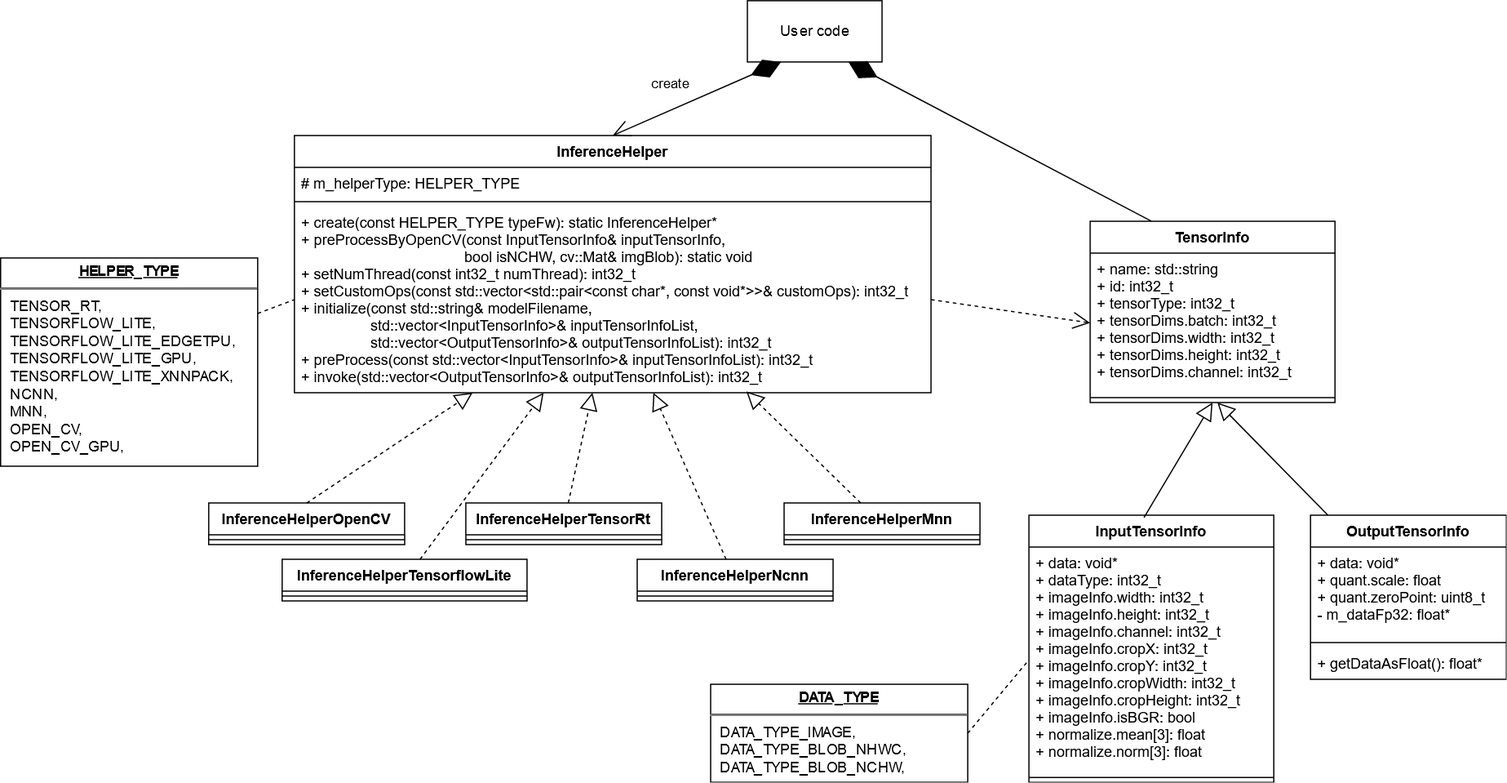
Earlier version of the draw.io export 00_doc/class_diagram.png (iwatake2222/InferenceHelper). Source tidied: cells renumbered, new cells last; positions are measured from the earlier drawing's top-left corner, leaving out a move shared by most shapes. Its diagram source:
```xml
<mxGraphModel>
  <root>
    <mxCell id="0" />
    <mxCell id="1" parent="0" />
    <mxCell id="2" value="TensorInfo" style="swimlane;fontStyle=1;align=center;verticalAlign=top;horizontal=1;startSize=26;" parent="1" vertex="1">
      <mxGeometry x="890" y="180" width="200" height="148" as="geometry" />
    </mxCell>
    <mxCell id="3" value="+ name: std::string&#10;+ id: int32_t&#10;+ tensorType: int32_t&#10;+ tensorDims.batch: int32_t&#10;+ tensorDims.width: int32_t&#10;+ tensorDims.height: int32_t&#10;+ tensorDims.channel: int32_t&#10;" style="text;strokeColor=none;fillColor=none;align=left;verticalAlign=top;spacingLeft=4;spacingRight=4;overflow=hidden;points=[[0,0.5],[1,0.5]];portConstraint=eastwest;" parent="2" vertex="1">
      <mxGeometry y="26" width="200" height="114" as="geometry" />
    </mxCell>
    <mxCell id="4" style="line;strokeWidth=1;fillColor=none;align=left;verticalAlign=middle;spacingTop=-1;spacingLeft=3;spacingRight=3;labelPosition=right;points=[];portConstraint=eastwest;" parent="2" vertex="1">
      <mxGeometry y="140" width="200" height="8" as="geometry" />
    </mxCell>
    <mxCell id="5" value="InputTensorInfo" style="swimlane;fontStyle=1;align=center;verticalAlign=top;horizontal=1;startSize=26;" parent="1" vertex="1">
      <mxGeometry x="840" y="420" width="200" height="218" as="geometry" />
    </mxCell>
    <mxCell id="6" value="+ data: void*&#10;+ dataType: int32_t&#10;+ imageInfo.width: int32_t&#10;+ imageInfo.height: int32_t&#10;+ imageInfo.channel: int32_t&#10;+ imageInfo.cropX: int32_t&#10;+ imageInfo.cropY: int32_t&#10;+ imageInfo.cropWidth: int32_t&#10;+ imageInfo.cropHeight: int32_t&#10;+ imageInfo.isBGR: bool&#10;+ normalize.mean[3]: float&#10;+ normalize.norm[3]: float" style="text;strokeColor=none;fillColor=none;align=left;verticalAlign=top;spacingLeft=4;spacingRight=4;overflow=hidden;points=[[0,0.5],[1,0.5]];portConstraint=eastwest;" parent="5" vertex="1">
      <mxGeometry y="26" width="200" height="184" as="geometry" />
    </mxCell>
    <mxCell id="7" style="line;strokeWidth=1;fillColor=none;align=left;verticalAlign=middle;spacingTop=-1;spacingLeft=3;spacingRight=3;labelPosition=right;" parent="5" vertex="1">
      <mxGeometry y="210" width="200" height="8" as="geometry" />
    </mxCell>
    <mxCell id="8" value="OutputTensorInfo" style="swimlane;fontStyle=1;align=center;verticalAlign=top;horizontal=1;startSize=26;" parent="1" vertex="1">
      <mxGeometry x="1070" y="420" width="160" height="134" as="geometry" />
    </mxCell>
    <mxCell id="9" value="+ data: void*&#10;+ quant.scale: float&#10;+ quant.zeroPoint: uint8_t&#10;- m_dataFp32: float*" style="text;strokeColor=none;fillColor=none;align=left;verticalAlign=top;spacingLeft=4;spacingRight=4;overflow=hidden;" parent="8" vertex="1">
      <mxGeometry y="26" width="160" height="74" as="geometry" />
    </mxCell>
    <mxCell id="10" style="line;strokeWidth=1;fillColor=none;align=left;verticalAlign=middle;spacingTop=-1;spacingLeft=3;spacingRight=3;labelPosition=right;" parent="8" vertex="1">
      <mxGeometry y="100" width="160" height="8" as="geometry" />
    </mxCell>
    <mxCell id="11" value="+ getDataAsFloat(): float*" style="text;strokeColor=none;fillColor=none;align=left;verticalAlign=top;spacingLeft=4;spacingRight=4;overflow=hidden;" parent="8" vertex="1">
      <mxGeometry y="108" width="160" height="26" as="geometry" />
    </mxCell>
    <mxCell id="12" style="endArrow=block;endFill=0;endSize=12;html=1;entryX=0.5;entryY=1;entryDx=0;entryDy=0;exitX=0.47;exitY=0.009;exitDx=0;exitDy=0;exitPerimeter=0;" parent="1" edge="1" source="5" target="2">
      <mxGeometry relative="1" as="geometry" />
    </mxCell>
    <mxCell id="13" style="endArrow=block;endFill=0;endSize=12;html=1;" parent="1" edge="1" source="8" target="4">
      <mxGeometry relative="1" as="geometry" />
    </mxCell>
    <mxCell id="14" value="InferenceHelperMnn" style="swimlane;fontStyle=1;align=center;verticalAlign=top;horizontal=1;startSize=26;" parent="1" vertex="1">
      <mxGeometry x="640" y="410" width="160" height="34" as="geometry" />
    </mxCell>
    <mxCell id="15" style="line;strokeWidth=1;fillColor=none;align=left;verticalAlign=middle;spacingTop=-1;spacingLeft=3;spacingRight=3;labelPosition=right;" parent="14" vertex="1">
      <mxGeometry y="26" width="160" height="8" as="geometry" />
    </mxCell>
    <mxCell id="16" value="InferenceHelperNcnn" style="swimlane;fontStyle=1;align=center;verticalAlign=top;horizontal=1;startSize=26;" parent="1" vertex="1">
      <mxGeometry x="520" y="456" width="160" height="34" as="geometry" />
    </mxCell>
    <mxCell id="17" style="line;strokeWidth=1;fillColor=none;align=left;verticalAlign=middle;spacingTop=-1;spacingLeft=3;spacingRight=3;labelPosition=right;" parent="16" vertex="1">
      <mxGeometry y="26" width="160" height="8" as="geometry" />
    </mxCell>
    <mxCell id="18" value="InferenceHelperOpenCV" style="swimlane;fontStyle=1;align=center;verticalAlign=top;horizontal=1;startSize=26;" parent="1" vertex="1">
      <mxGeometry x="170" y="410" width="160" height="34" as="geometry" />
    </mxCell>
    <mxCell id="19" style="line;strokeWidth=1;fillColor=none;align=left;verticalAlign=middle;spacingTop=-1;spacingLeft=3;spacingRight=3;labelPosition=right;" parent="18" vertex="1">
      <mxGeometry y="26" width="160" height="8" as="geometry" />
    </mxCell>
    <mxCell id="20" value="InferenceHelperTensorflowLite" style="swimlane;fontStyle=1;align=center;verticalAlign=top;horizontal=1;startSize=26;" parent="1" vertex="1">
      <mxGeometry x="230" y="456" width="200" height="34" as="geometry" />
    </mxCell>
    <mxCell id="21" style="line;strokeWidth=1;fillColor=none;align=left;verticalAlign=middle;spacingTop=-1;spacingLeft=3;spacingRight=3;labelPosition=right;" parent="20" vertex="1">
      <mxGeometry y="26" width="200" height="8" as="geometry" />
    </mxCell>
    <mxCell id="22" value="InferenceHelperTensorRt" style="swimlane;fontStyle=1;align=center;verticalAlign=top;horizontal=1;startSize=26;" parent="1" vertex="1">
      <mxGeometry x="380" y="410" width="160" height="34" as="geometry" />
    </mxCell>
    <mxCell id="23" style="line;strokeWidth=1;fillColor=none;align=left;verticalAlign=middle;spacingTop=-1;spacingLeft=3;spacingRight=3;labelPosition=right;" parent="22" vertex="1">
      <mxGeometry y="26" width="160" height="8" as="geometry" />
    </mxCell>
    <mxCell id="24" value="InferenceHelper" style="swimlane;fontStyle=1;align=center;verticalAlign=top;horizontal=1;startSize=26;" parent="1" vertex="1">
      <mxGeometry x="240" y="110" width="520" height="210" as="geometry" />
    </mxCell>
    <mxCell id="25" value="# m_helperType: HELPER_TYPE" style="text;strokeColor=none;fillColor=none;align=left;verticalAlign=top;spacingLeft=4;spacingRight=4;overflow=hidden;" parent="24" vertex="1">
      <mxGeometry y="26" width="520" height="24" as="geometry" />
    </mxCell>
    <mxCell id="26" style="line;strokeWidth=1;fillColor=none;align=left;verticalAlign=middle;spacingTop=-1;spacingLeft=3;spacingRight=3;labelPosition=right;" parent="24" vertex="1">
      <mxGeometry y="50" width="520" height="8" as="geometry" />
    </mxCell>
    <mxCell id="27" value="+ create(const HELPER_TYPE typeFw): static InferenceHelper*&#10;+ preProcessByOpenCV(const InputTensorInfo&amp; inputTensorInfo,&#10;                                        bool isNCHW, cv::Mat&amp; imgBlob): static void&#10;+ setNumThread(const int32_t numThread): int32_t&#10;+ setCustomOps(const std::vector&lt;std::pair&lt;const char*, const void*&gt;&gt;&amp; customOps): int32_t&#10;+ initialize(const std::string&amp; modelFilename, &#10;                 std::vector&lt;InputTensorInfo&gt;&amp; inputTensorInfoList, &#10;                 std::vector&lt;OutputTensorInfo&gt;&amp; outputTensorInfoList): int32_t&#10;+ preProcess(const std::vector&lt;InputTensorInfo&gt;&amp; inputTensorInfoList): int32_t&#10;+ invoke(std::vector&lt;OutputTensorInfo&gt;&amp; outputTensorInfoList): int32_t" style="text;strokeColor=none;fillColor=none;align=left;verticalAlign=top;spacingLeft=4;spacingRight=4;overflow=hidden;points=[[0,0.5],[1,0.5]];portConstraint=eastwest;" parent="24" vertex="1">
      <mxGeometry y="58" width="520" height="152" as="geometry" />
    </mxCell>
    <mxCell id="28" style="endArrow=block;dashed=1;endFill=0;endSize=12;html=1;exitX=0.5;exitY=0;exitDx=0;exitDy=0;" parent="1" edge="1" source="18" target="27">
      <mxGeometry relative="1" as="geometry" />
    </mxCell>
    <mxCell id="29" style="endArrow=block;dashed=1;endFill=0;endSize=12;html=1;" parent="1" edge="1" source="20" target="27">
      <mxGeometry relative="1" as="geometry" />
    </mxCell>
    <mxCell id="30" style="endArrow=block;dashed=1;endFill=0;endSize=12;html=1;" parent="1" edge="1" source="22" target="27">
      <mxGeometry relative="1" as="geometry" />
    </mxCell>
    <mxCell id="31" style="endArrow=block;dashed=1;endFill=0;endSize=12;html=1;" parent="1" edge="1" source="16" target="27">
      <mxGeometry relative="1" as="geometry" />
    </mxCell>
    <mxCell id="32" style="endArrow=block;dashed=1;endFill=0;endSize=12;html=1;entryX=0.71;entryY=0.993;entryDx=0;entryDy=0;entryPerimeter=0;" parent="1" edge="1" source="14" target="27">
      <mxGeometry relative="1" as="geometry" />
    </mxCell>
    <mxCell id="33" value="&lt;p style=&quot;margin: 4px 0px 0px ; text-align: center&quot;&gt;&lt;b&gt;&lt;u&gt;HELPER_TYPE&lt;/u&gt;&lt;/b&gt;&lt;br&gt;&lt;/p&gt;&lt;hr&gt;&lt;p style=&quot;margin: 0px ; margin-left: 8px&quot;&gt;TENSOR_RT,&lt;/p&gt;&lt;p style=&quot;margin: 0px ; margin-left: 8px&quot;&gt;TENSORFLOW_LITE,&lt;/p&gt;&lt;p style=&quot;margin: 0px ; margin-left: 8px&quot;&gt;TENSORFLOW_LITE_EDGETPU,&lt;/p&gt;&lt;p style=&quot;margin: 0px ; margin-left: 8px&quot;&gt;TENSORFLOW_LITE_GPU,&lt;/p&gt;&lt;p style=&quot;margin: 0px ; margin-left: 8px&quot;&gt;TENSORFLOW_LITE_XNNPACK,&lt;/p&gt;&lt;p style=&quot;margin: 0px ; margin-left: 8px&quot;&gt;NCNN,&lt;/p&gt;&lt;p style=&quot;margin: 0px ; margin-left: 8px&quot;&gt;MNN,&lt;/p&gt;&lt;p style=&quot;margin: 0px ; margin-left: 8px&quot;&gt;OPEN_CV,&lt;/p&gt;&lt;p style=&quot;margin: 0px ; margin-left: 8px&quot;&gt;OPEN_CV_GPU,&lt;/p&gt;" style="verticalAlign=top;align=left;overflow=fill;fontSize=12;fontFamily=Helvetica;html=1;" parent="1" vertex="1">
      <mxGeometry y="210" width="210" height="170" as="geometry" />
    </mxCell>
    <mxCell id="34" value="&lt;p style=&quot;margin: 4px 0px 0px ; text-align: center&quot;&gt;&lt;b&gt;&lt;u&gt;DATA_TYPE&lt;/u&gt;&lt;/b&gt;&lt;br&gt;&lt;/p&gt;&lt;hr&gt;&lt;p style=&quot;margin: 0px ; margin-left: 8px&quot;&gt;DATA_TYPE_IMAGE,&lt;/p&gt;&lt;p style=&quot;margin: 0px ; margin-left: 8px&quot;&gt;DATA_TYPE_BLOB_NHWC,&lt;/p&gt;&lt;p style=&quot;margin: 0px ; margin-left: 8px&quot;&gt;DATA_TYPE_BLOB_NCHW,&lt;/p&gt;" style="verticalAlign=top;align=left;overflow=fill;fontSize=12;fontFamily=Helvetica;html=1;" parent="1" vertex="1">
      <mxGeometry x="580" y="558" width="210" height="80" as="geometry" />
    </mxCell>
    <mxCell id="35" style="endArrow=none;dashed=1;html=1;entryX=0;entryY=0.5;entryDx=0;entryDy=0;" parent="1" edge="1" source="33" target="27">
      <mxGeometry relative="1" as="geometry" />
    </mxCell>
    <mxCell id="36" style="endArrow=none;dashed=1;html=1;entryX=0;entryY=0.5;entryDx=0;entryDy=0;exitX=1;exitY=0.5;exitDx=0;exitDy=0;" parent="1" edge="1" source="34" target="6">
      <mxGeometry relative="1" as="geometry" />
    </mxCell>
    <mxCell id="37" value="User code" style="html=1;" parent="1" vertex="1">
      <mxGeometry x="610" width="110" height="50" as="geometry" />
    </mxCell>
    <mxCell id="38" value="create" style="endArrow=diamondThin;endFill=1;endSize=24;html=1;exitX=0.5;exitY=0;exitDx=0;exitDy=0;startArrow=open;startFill=0;startSize=12;entryX=0.25;entryY=1;entryDx=0;entryDy=0;" parent="1" edge="1" source="24" target="37">
      <mxGeometry x="-0.2" y="20" relative="1" as="geometry" />
    </mxCell>
    <mxCell id="39" style="endArrow=diamondThin;endFill=1;endSize=24;html=1;entryX=0.75;entryY=1;entryDx=0;entryDy=0;exitX=0.25;exitY=0;exitDx=0;exitDy=0;" parent="1" edge="1" source="2" target="37">
      <mxGeometry relative="1" as="geometry" />
    </mxCell>
    <mxCell id="40" style="endArrow=open;endFill=1;endSize=12;html=1;entryX=0;entryY=0.5;entryDx=0;entryDy=0;exitX=1;exitY=0.5;exitDx=0;exitDy=0;dashed=1;" parent="1" edge="1" source="27" target="3">
      <mxGeometry relative="1" as="geometry" />
    </mxCell>
  </root>
</mxGraphModel>
```
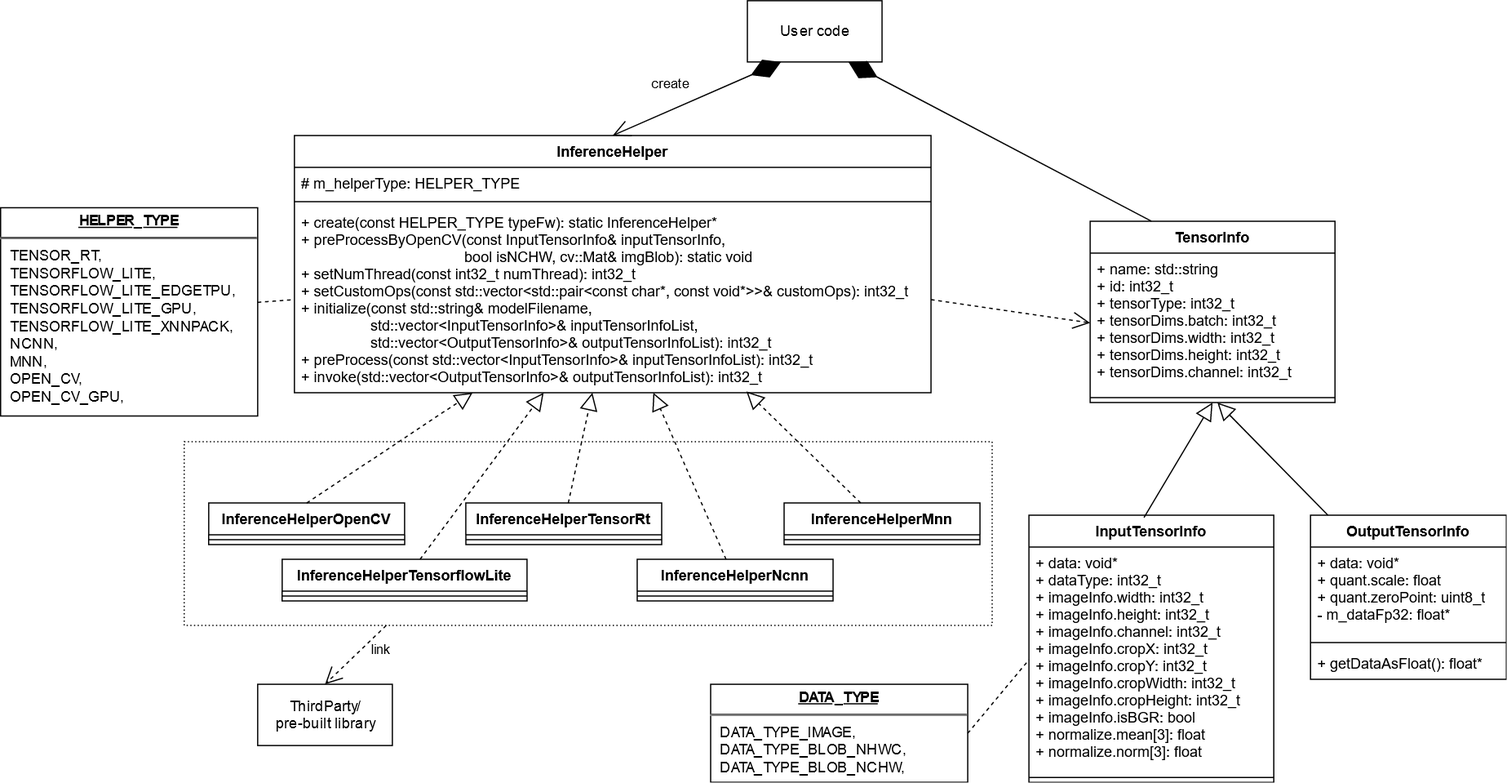
After the change.

What changed in the source:
```diff
@@ -96,7 +96,7 @@
       <mxGeometry relative="1" as="geometry" />
     </mxCell>
     <mxCell id="33" value="&lt;p style=&quot;margin: 4px 0px 0px ; text-align: center&quot;&gt;&lt;b&gt;&lt;u&gt;HELPER_TYPE&lt;/u&gt;&lt;/b&gt;&lt;br&gt;&lt;/p&gt;&lt;hr&gt;&lt;p style=&quot;margin: 0px ; margin-left: 8px&quot;&gt;TENSOR_RT,&lt;/p&gt;&lt;p style=&quot;margin: 0px ; margin-left: 8px&quot;&gt;TENSORFLOW_LITE,&lt;/p&gt;&lt;p style=&quot;margin: 0px ; margin-left: 8px&quot;&gt;TENSORFLOW_LITE_EDGETPU,&lt;/p&gt;&lt;p style=&quot;margin: 0px ; margin-left: 8px&quot;&gt;TENSORFLOW_LITE_GPU,&lt;/p&gt;&lt;p style=&quot;margin: 0px ; margin-left: 8px&quot;&gt;TENSORFLOW_LITE_XNNPACK,&lt;/p&gt;&lt;p style=&quot;margin: 0px ; margin-left: 8px&quot;&gt;NCNN,&lt;/p&gt;&lt;p style=&quot;margin: 0px ; margin-left: 8px&quot;&gt;MNN,&lt;/p&gt;&lt;p style=&quot;margin: 0px ; margin-left: 8px&quot;&gt;OPEN_CV,&lt;/p&gt;&lt;p style=&quot;margin: 0px ; margin-left: 8px&quot;&gt;OPEN_CV_GPU,&lt;/p&gt;" style="verticalAlign=top;align=left;overflow=fill;fontSize=12;fontFamily=Helvetica;html=1;" parent="1" vertex="1">
-      <mxGeometry y="210" width="210" height="170" as="geometry" />
+      <mxGeometry y="169" width="210" height="170" as="geometry" />
     </mxCell>
     <mxCell id="34" value="&lt;p style=&quot;margin: 4px 0px 0px ; text-align: center&quot;&gt;&lt;b&gt;&lt;u&gt;DATA_TYPE&lt;/u&gt;&lt;/b&gt;&lt;br&gt;&lt;/p&gt;&lt;hr&gt;&lt;p style=&quot;margin: 0px ; margin-left: 8px&quot;&gt;DATA_TYPE_IMAGE,&lt;/p&gt;&lt;p style=&quot;margin: 0px ; margin-left: 8px&quot;&gt;DATA_TYPE_BLOB_NHWC,&lt;/p&gt;&lt;p style=&quot;margin: 0px ; margin-left: 8px&quot;&gt;DATA_TYPE_BLOB_NCHW,&lt;/p&gt;" style="verticalAlign=top;align=left;overflow=fill;fontSize=12;fontFamily=Helvetica;html=1;" parent="1" vertex="1">
       <mxGeometry x="580" y="558" width="210" height="80" as="geometry" />
@@ -119,5 +119,14 @@
     <mxCell id="40" style="endArrow=open;endFill=1;endSize=12;html=1;entryX=0;entryY=0.5;entryDx=0;entryDy=0;exitX=1;exitY=0.5;exitDx=0;exitDy=0;dashed=1;" parent="1" edge="1" source="27" target="3">
       <mxGeometry relative="1" as="geometry" />
     </mxCell>
+    <mxCell id="41" value="ThirdParty/&lt;br&gt;pre-built library" style="html=1;" parent="1" vertex="1">
+      <mxGeometry x="210" y="558" width="110" height="50" as="geometry" />
+    </mxCell>
+    <mxCell id="42" style="rounded=0;whiteSpace=wrap;html=1;fillColor=none;dashed=1;dashPattern=1 2;" parent="1" vertex="1">
+      <mxGeometry x="150" y="360" width="660" height="150" as="geometry" />
+    </mxCell>
+    <mxCell id="43" value="link" style="endArrow=open;endFill=1;endSize=12;html=1;entryX=0.5;entryY=0;entryDx=0;entryDy=0;exitX=0.25;exitY=1;exitDx=0;exitDy=0;dashed=1;" parent="1" edge="1" source="42" target="41">
+      <mxGeometry x="-0.5" y="11" relative="1" as="geometry" />
+    </mxCell>
   </root>
 </mxGraphModel>
```
